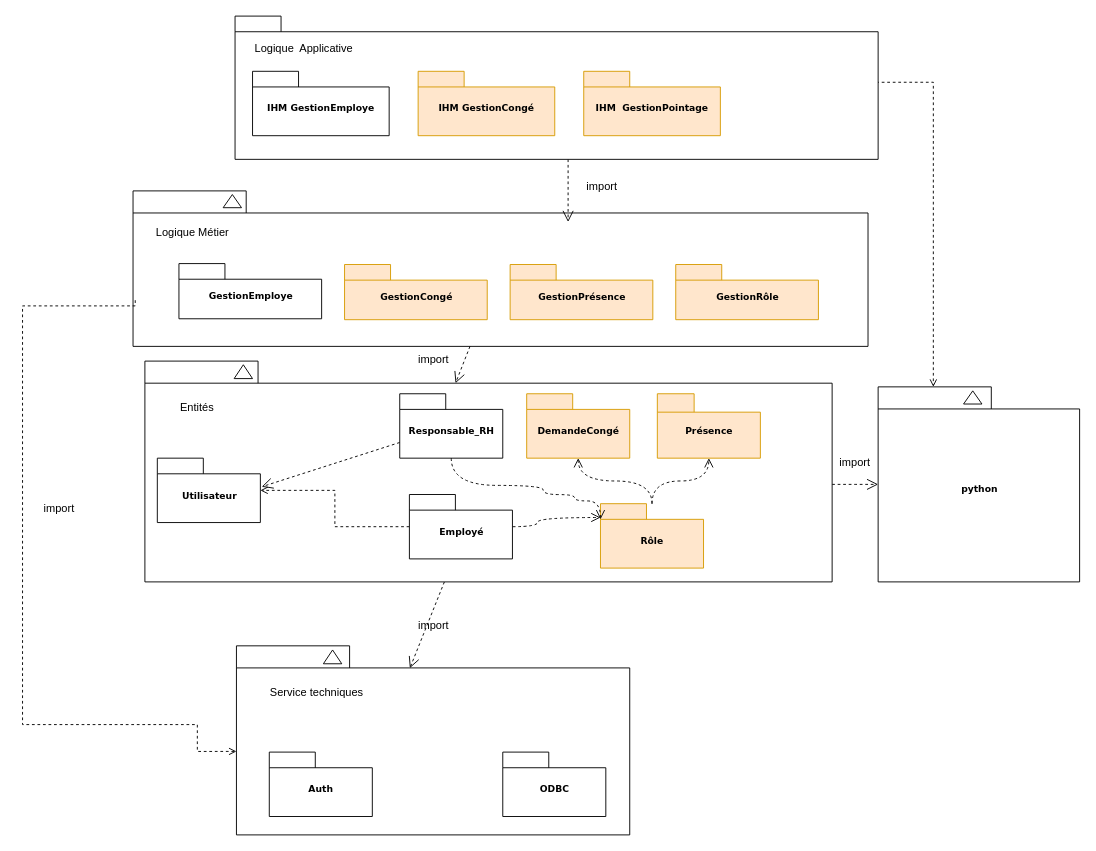
This is Diagramme sans nom.drawio from mediounieya/RH_site, a draw.io file, before an edit. Source tidied: cells renumbered, new cells numbered last; positions are measured from the earlier drawing's top-left corner, leaving out a move shared by most shapes. Both pictures are drawn from the tidied source at 92%, with x=0, y=0 at pixel (22, 16).
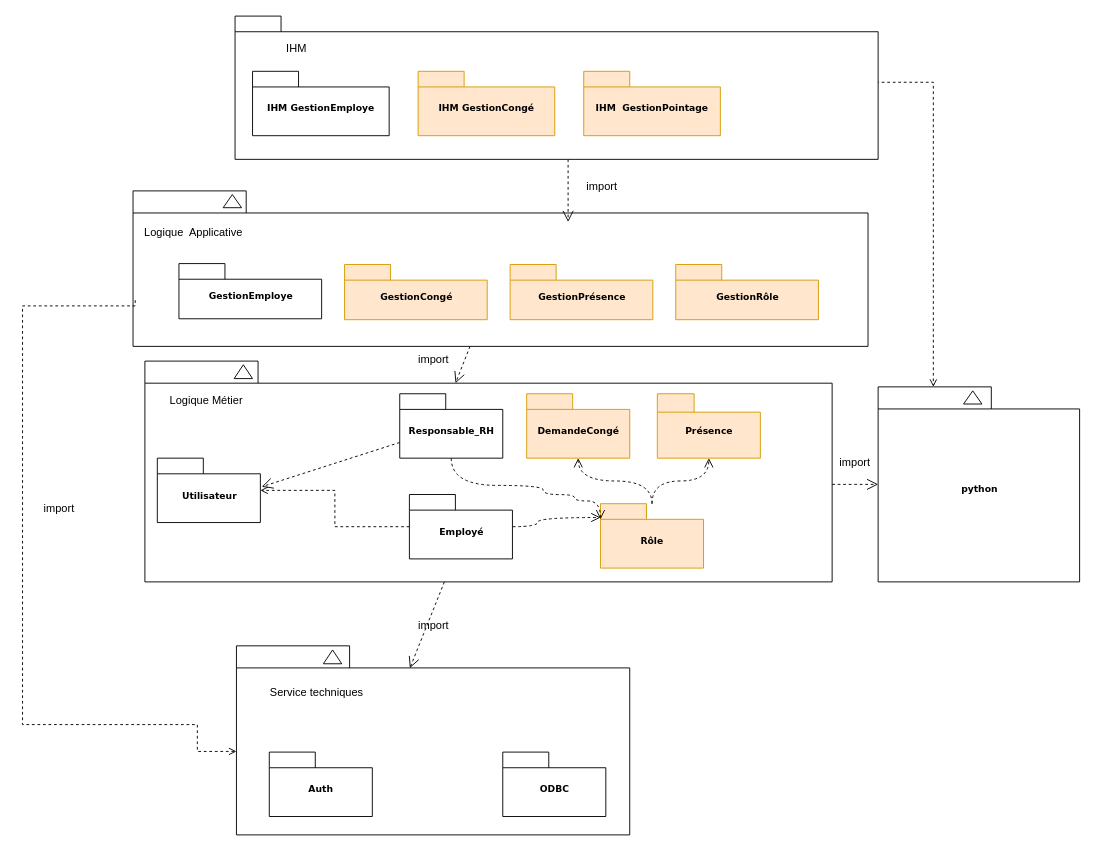
Above is the later version.

The edit, as a diff of the source:
```diff
@@
-    <mxCell id="38" value="Logique&amp;nbsp; Applicative" style="text;html=1;whiteSpace=wrap;strokeColor=none;fillColor=none;align=center;verticalAlign=middle;rounded=0;" parent="1" vertex="1">
-      <mxGeometry x="250" y="20" width="112" height="30" as="geometry" />
-    </mxCell>
@@
     <mxCell id="44" value="Logique Métier" style="text;html=1;whiteSpace=wrap;strokeColor=none;fillColor=none;align=center;verticalAlign=middle;rounded=0;" parent="1" vertex="1">
-      <mxGeometry x="45.4" y="220" width="279.6" height="30" as="geometry" />
+      <mxGeometry x="60" y="403" width="279.6" height="30" as="geometry" />
     </mxCell>
-    <mxCell id="45" value="Entités" style="text;html=1;whiteSpace=wrap;strokeColor=none;fillColor=none;align=center;verticalAlign=middle;rounded=0;" parent="1" vertex="1">
-      <mxGeometry x="50" y="410.5" width="279.6" height="30" as="geometry" />
-    </mxCell>
@@
+    <mxCell id="38" value="Logique&amp;nbsp; Applicative" style="text;html=1;whiteSpace=wrap;strokeColor=none;fillColor=none;align=center;verticalAlign=middle;rounded=0;" parent="1" vertex="1">
+      <mxGeometry x="130" y="220" width="112" height="30" as="geometry" />
+    </mxCell>
+    <mxCell id="51" value="IHM" style="text;html=1;whiteSpace=wrap;strokeColor=none;fillColor=none;align=center;verticalAlign=middle;rounded=0;" parent="1" vertex="1">
+      <mxGeometry x="242" y="20" width="112" height="30" as="geometry" />
+    </mxCell>
```
